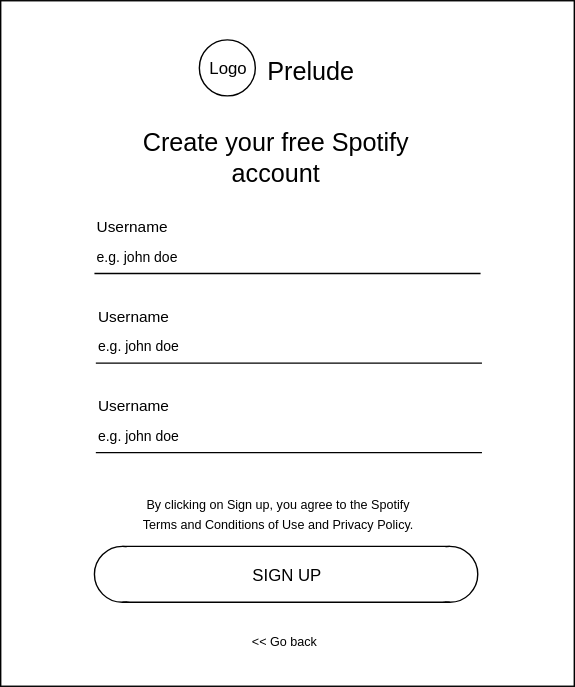
Above: docs/wireframes/login_screens/sign_up.svg in the-big-l/prelude (draw.io), before the change. Source tidied: cells renumbered, new cells last; positions are measured from the earlier drawing's top-left corner, leaving out a move shared by most shapes.
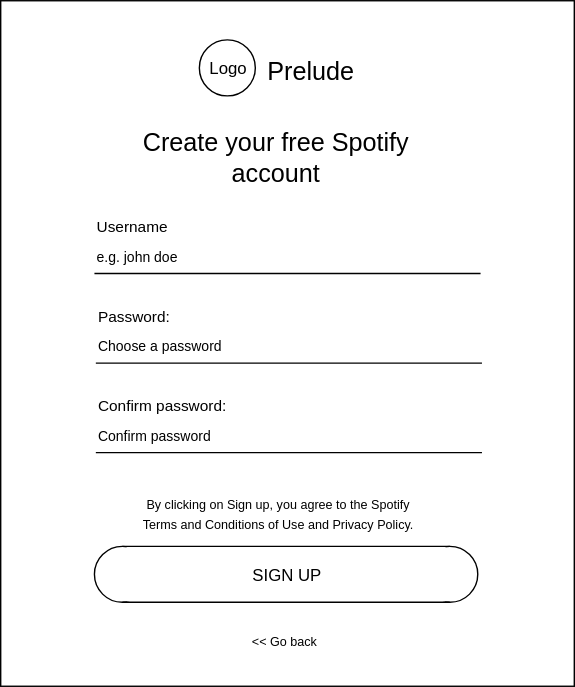
The same diagram one commit later.

What changed in the source:
```diff
@@ -47,20 +47,20 @@
     <mxCell id="16" style="line;strokeWidth=1;html=1;rounded=0;shadow=0;glass=0;comic=0;fillColor=#ffffff;gradientColor=#ffffff;" parent="1" vertex="1">
       <mxGeometry x="68" y="254" width="276" height="10" as="geometry" />
     </mxCell>
-    <mxCell id="17" value="&lt;font style=&quot;font-size: 11px&quot;&gt;Username&lt;/font&gt;" style="text;html=1;align=left;verticalAlign=top;spacingTop=-4;" parent="1" vertex="1">
+    <mxCell id="17" value="&lt;font style=&quot;font-size: 11px&quot;&gt;Password:&lt;/font&gt;" style="text;html=1;align=left;verticalAlign=top;spacingTop=-4;" parent="1" vertex="1">
       <mxGeometry x="68" y="216" width="70" height="20" as="geometry" />
     </mxCell>
-    <mxCell id="18" value="&lt;font style=&quot;font-size: 10px&quot;&gt;e.g. john doe&lt;/font&gt;" style="text;html=1;align=left;verticalAlign=top;spacingTop=-4;" parent="1" vertex="1">
-      <mxGeometry x="68" y="237" width="70" height="20" as="geometry" />
+    <mxCell id="18" value="&lt;font style=&quot;font-size: 10px&quot;&gt;Choose a password&lt;/font&gt;" style="text;html=1;align=left;verticalAlign=top;spacingTop=-4;" parent="1" vertex="1">
+      <mxGeometry x="68" y="237" width="100" height="20" as="geometry" />
     </mxCell>
     <mxCell id="19" style="line;strokeWidth=1;html=1;rounded=0;shadow=0;glass=0;comic=0;fillColor=#ffffff;gradientColor=#ffffff;" parent="1" vertex="1">
       <mxGeometry x="68" y="318" width="276" height="10" as="geometry" />
     </mxCell>
-    <mxCell id="20" value="&lt;font style=&quot;font-size: 11px&quot;&gt;Username&lt;/font&gt;" style="text;html=1;align=left;verticalAlign=top;spacingTop=-4;" parent="1" vertex="1">
-      <mxGeometry x="68" y="280" width="70" height="20" as="geometry" />
+    <mxCell id="20" value="&lt;font style=&quot;font-size: 11px&quot;&gt;Confirm password:&lt;/font&gt;" style="text;html=1;align=left;verticalAlign=top;spacingTop=-4;" parent="1" vertex="1">
+      <mxGeometry x="68" y="280" width="110" height="20" as="geometry" />
     </mxCell>
-    <mxCell id="21" value="&lt;font style=&quot;font-size: 10px&quot;&gt;e.g. john doe&lt;/font&gt;" style="text;html=1;align=left;verticalAlign=top;spacingTop=-4;" parent="1" vertex="1">
-      <mxGeometry x="68" y="301" width="70" height="20" as="geometry" />
+    <mxCell id="21" value="&lt;font style=&quot;font-size: 10px&quot;&gt;Confirm password&lt;/font&gt;" style="text;html=1;align=left;verticalAlign=top;spacingTop=-4;" parent="1" vertex="1">
+      <mxGeometry x="68" y="301" width="100" height="20" as="geometry" />
     </mxCell>
   </root>
 </mxGraphModel>
```
